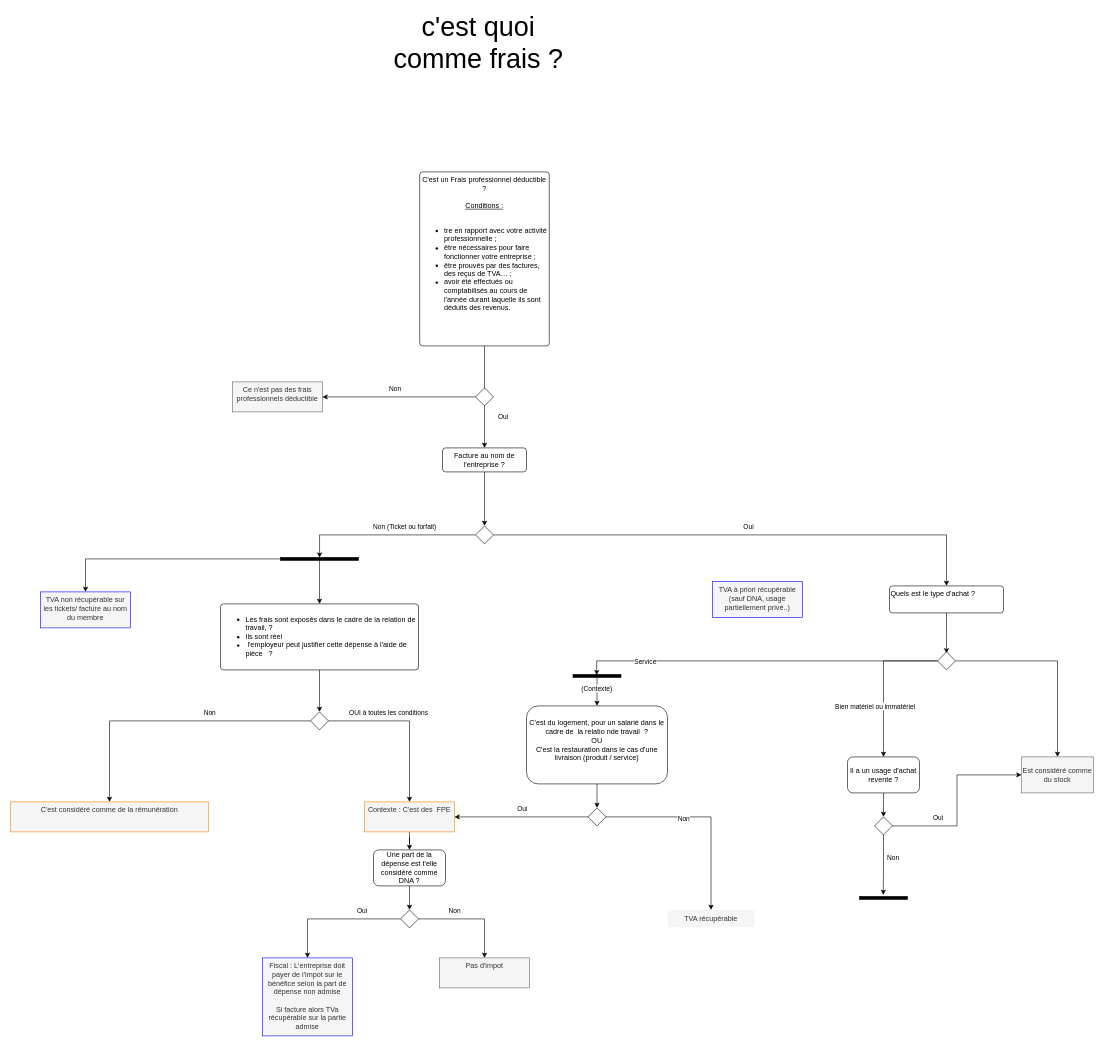
Before: the-company/C'est un Frais.drawio in Idir-smart/SandBox, a draw.io diagram. Source tidied: cells renumbered, new cells numbered last; positions are measured from the earlier drawing's top-left corner, leaving out a move shared by most shapes. Both pictures are drawn from the tidied source at 60%, with x=0, y=0 at pixel (10, 34).
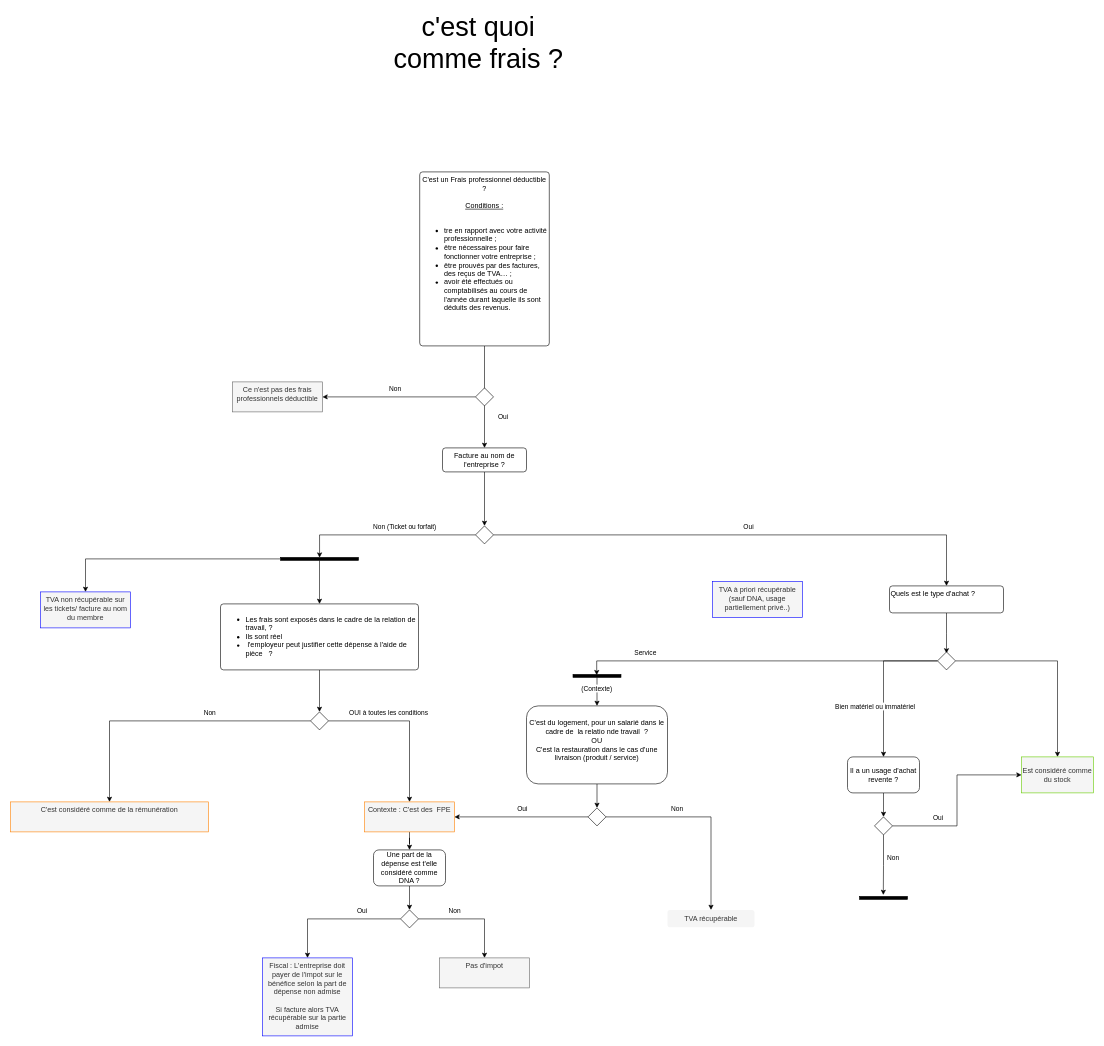
The same diagram, later.

Commit message (it also covers changes not shown here):
Mettre à jour C'est un Frais.drawio

The change refers to these unchanged cells:
```xml
<mxCell id="39" style="edgeStyle=orthogonalEdgeStyle;rounded=0;jettySize=auto;html=1;exitX=0;exitY=0.5;exitDx=0;exitDy=0;entryX=0.738;entryY=0.494;entryDx=0;entryDy=0;entryPerimeter=0;" parent="1" edge="1" source="42" target="67">
  <mxGeometry relative="1" as="geometry" />
</mxCell>
<mxCell id="49" style="edgeStyle=orthogonalEdgeStyle;rounded=0;jettySize=auto;html=1;exitX=1;exitY=0.5;exitDx=0;exitDy=0;" parent="1" edge="1" source="51" target="59">
  <mxGeometry relative="1" as="geometry" />
</mxCell>
```

Change to the diagram source:
```diff
@@
-    <mxCell id="34" value="&lt;div align=&quot;center&quot;&gt;Fiscal : L'entreprise doit payer de l'impot sur le bénéfice selon la part de dépense non admise&lt;/div&gt;&lt;div align=&quot;center&quot;&gt;&lt;br&gt;&lt;/div&gt;&lt;div align=&quot;center&quot;&gt;Si facture alors TVa récupérable sur la partie admise&lt;br&gt;&lt;/div&gt;" style="html=1;align=center;verticalAlign=top;rounded=0;absoluteArcSize=1;arcSize=10;dashed=0;whiteSpace=wrap;shadow=0;fillColor=#f5f5f5;fontColor=#333333;strokeColor=#0000FF;" parent="1" vertex="1">
+    <mxCell id="34" value="&lt;div align=&quot;center&quot;&gt;Fiscal : L'entreprise doit payer de l'impot sur le bénéfice selon la part de dépense non admise&lt;/div&gt;&lt;div align=&quot;center&quot;&gt;&lt;br&gt;&lt;/div&gt;&lt;div align=&quot;center&quot;&gt;Si facture alors TVA récupérable sur la partie admise&lt;br&gt;&lt;/div&gt;" style="html=1;align=center;verticalAlign=top;rounded=0;absoluteArcSize=1;arcSize=10;dashed=0;whiteSpace=wrap;shadow=0;fillColor=#f5f5f5;fontColor=#333333;strokeColor=#0000FF;" parent="1" vertex="1">
       <mxGeometry x="420" y="1540" width="150" height="130" as="geometry" />
     </mxCell>
@@
     <mxCell id="40" value="Service" style="edgeLabel;html=1;align=center;verticalAlign=middle;" parent="39" vertex="1">
       <mxGeometry x="0.62" y="1" relative="1" as="geometry">
-        <mxPoint x="-9" y="-1" as="offset" />
+        <mxPoint x="-9" y="-16" as="offset" />
       </mxGeometry>
     </mxCell>
@@
     <mxCell id="50" value="Non" style="edgeLabel;html=1;align=center;verticalAlign=middle;" parent="49" vertex="1">
-      <mxGeometry x="-0.22" y="-3" relative="1" as="geometry" />
+      <mxGeometry x="-0.22" y="-3" relative="1" as="geometry">
+        <mxPoint x="-11" y="-18" as="offset" />
+      </mxGeometry>
     </mxCell>
@@
-    <mxCell id="57" value="Est considéré comme du stock" style="rounded=0;whiteSpace=wrap;html=1;fillColor=#f5f5f5;fontColor=#333333;strokeColor=#666666;" parent="1" vertex="1">
+    <mxCell id="57" value="Est considéré comme du stock" style="rounded=0;whiteSpace=wrap;html=1;fillColor=#f5f5f5;fontColor=#333333;strokeColor=#66CC00;" parent="1" vertex="1">
       <mxGeometry x="1685" y="1205" width="120" height="60" as="geometry" />
     </mxCell>
```
